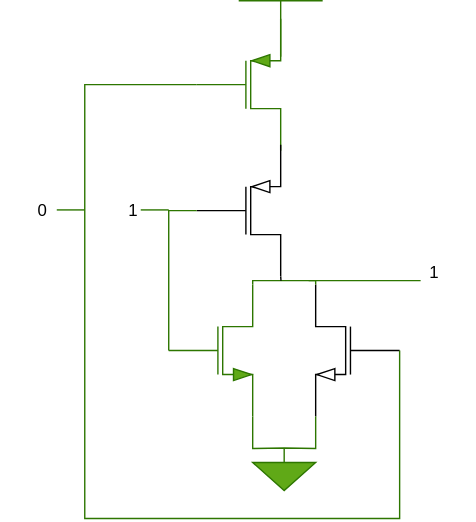
Above: drawio/20_nor_one.drawio.svg in cd-public/hw_asm (draw.io), before the change. Source tidied: cells renumbered, new cells last; positions are measured from the earlier drawing's top-left corner, leaving out a move shared by most shapes. Source of this version:
```xml
<mxGraphModel>
  <root>
    <mxCell id="0" />
    <mxCell id="1" parent="0" />
    <mxCell id="2" style="verticalLabelPosition=bottom;shadow=0;dashed=0;align=center;html=1;verticalAlign=top;shape=mxgraph.electrical.transistors.nmos;labelPerimeter=1;flipH=1;legacyAnchorPoints=0;" parent="1" vertex="1">
      <mxGeometry x="225" y="200" width="60" height="100" as="geometry" />
    </mxCell>
    <mxCell id="3" style="verticalLabelPosition=bottom;shadow=0;dashed=0;align=center;html=1;verticalAlign=top;shape=mxgraph.electrical.transistors.nmos;labelPerimeter=1;fillColor=#60a917;fontColor=#ffffff;strokeColor=#2D7600;" parent="1" vertex="1">
      <mxGeometry x="120" y="200" width="60" height="100" as="geometry" />
    </mxCell>
    <mxCell id="4" style="verticalLabelPosition=bottom;shadow=0;dashed=0;align=center;html=1;verticalAlign=top;shape=mxgraph.electrical.signal_sources.signal_ground;labelPerimeter=1;fillColor=#60a917;fontColor=#ffffff;strokeColor=#2D7600;" parent="1" vertex="1">
      <mxGeometry x="180" y="320" width="45" height="30" as="geometry" />
    </mxCell>
    <mxCell id="5" style="endArrow=none;html=1;rounded=0;defaultLabelBackgroundColor=page;entryX=1;entryY=1;entryDx=0;entryDy=0;entryPerimeter=0;exitX=1;exitY=1;exitDx=0;exitDy=0;exitPerimeter=0;fillColor=#60a917;strokeColor=#2D7600;" parent="1" edge="1" source="2" target="3">
      <mxGeometry relative="1" as="geometry">
        <Array as="points">
          <mxPoint x="225" y="320" />
          <mxPoint x="202.5" y="319.6" />
          <mxPoint x="180" y="320" />
        </Array>
      </mxGeometry>
    </mxCell>
    <mxCell id="6" style="endArrow=none;html=1;rounded=0;defaultLabelBackgroundColor=page;exitX=1;exitY=0;exitDx=0;exitDy=0;exitPerimeter=0;entryX=1;entryY=0;entryDx=0;entryDy=0;entryPerimeter=0;fillColor=#60a917;strokeColor=#2D7600;" parent="1" edge="1" source="3" target="2">
      <mxGeometry relative="1" as="geometry">
        <Array as="points">
          <mxPoint x="180" y="200" />
          <mxPoint x="225" y="200" />
        </Array>
      </mxGeometry>
    </mxCell>
    <mxCell id="7" style="verticalLabelPosition=bottom;shadow=0;dashed=0;align=center;html=1;verticalAlign=top;shape=mxgraph.electrical.transistors.pmos;labelPerimeter=1;fillColor=#60a917;fontColor=#ffffff;strokeColor=#2D7600;" parent="1" vertex="1">
      <mxGeometry x="140" y="10" width="60" height="100" as="geometry" />
    </mxCell>
    <mxCell id="8" style="verticalLabelPosition=bottom;shadow=0;dashed=0;align=center;html=1;verticalAlign=top;shape=mxgraph.electrical.transistors.pmos;labelPerimeter=1;" parent="1" vertex="1">
      <mxGeometry x="140" y="100" width="60" height="100" as="geometry" />
    </mxCell>
    <mxCell id="9" style="verticalLabelPosition=top;verticalAlign=bottom;shape=mxgraph.electrical.signal_sources.vdd;shadow=0;dashed=0;align=center;strokeWidth=1;fontSize=24;html=1;flipV=1;labelPerimeter=1;legacyAnchorPoints=0;fillColor=#60a917;fontColor=#ffffff;strokeColor=#2D7600;" parent="1" vertex="1">
      <mxGeometry x="170" width="60" height="40" as="geometry" />
    </mxCell>
    <mxCell id="10" value="0" style="text;html=1;whiteSpace=wrap;strokeColor=none;fillColor=none;align=center;verticalAlign=middle;rounded=0;" parent="1" vertex="1">
      <mxGeometry y="135" width="60" height="30" as="geometry" />
    </mxCell>
    <mxCell id="11" style="endArrow=none;html=1;rounded=0;defaultLabelBackgroundColor=page;entryX=1;entryY=1;entryDx=0;entryDy=0;entryPerimeter=0;exitX=1.004;exitY=1.032;exitDx=0;exitDy=0;exitPerimeter=0;" parent="1" edge="1" source="8" target="8">
      <mxGeometry relative="1" as="geometry" />
    </mxCell>
    <mxCell id="12" style="endArrow=none;html=1;rounded=0;defaultLabelBackgroundColor=page;entryX=0;entryY=1;entryDx=0;entryDy=0;fillColor=#60a917;strokeColor=#2D7600;" parent="1" edge="1">
      <mxGeometry relative="1" as="geometry">
        <mxPoint x="220" y="200" as="sourcePoint" />
        <mxPoint x="300" y="200" as="targetPoint" />
      </mxGeometry>
    </mxCell>
    <mxCell id="13" value="1" style="text;html=1;whiteSpace=wrap;strokeColor=none;fillColor=none;align=center;verticalAlign=middle;rounded=0;" parent="1" vertex="1">
      <mxGeometry x="280" y="180" width="60" height="30" as="geometry" />
    </mxCell>
    <mxCell id="14" style="endArrow=none;html=1;rounded=0;defaultLabelBackgroundColor=page;entryX=0;entryY=0.5;entryDx=0;entryDy=0;entryPerimeter=0;exitX=0;exitY=0.5;exitDx=0;exitDy=0;exitPerimeter=0;fillColor=#60a917;strokeColor=#2D7600;" parent="1" edge="1" source="3" target="8">
      <mxGeometry relative="1" as="geometry">
        <Array as="points">
          <mxPoint x="120" y="150" />
        </Array>
      </mxGeometry>
    </mxCell>
    <mxCell id="15" style="endArrow=none;html=1;rounded=0;defaultLabelBackgroundColor=page;fillColor=#60a917;strokeColor=#2D7600;" parent="1" edge="1">
      <mxGeometry relative="1" as="geometry">
        <mxPoint x="100" y="149.5" as="sourcePoint" />
        <mxPoint x="120" y="149.5" as="targetPoint" />
      </mxGeometry>
    </mxCell>
    <mxCell id="16" value="1" style="text;html=1;whiteSpace=wrap;strokeColor=none;fillColor=none;align=center;verticalAlign=middle;rounded=0;" parent="1" vertex="1">
      <mxGeometry x="80" y="135" width="30" height="30" as="geometry" />
    </mxCell>
    <mxCell id="17" style="endArrow=none;html=1;rounded=0;defaultLabelBackgroundColor=page;entryX=0;entryY=0.5;entryDx=0;entryDy=0;entryPerimeter=0;exitX=0;exitY=0.5;exitDx=0;exitDy=0;exitPerimeter=0;fillColor=#60a917;strokeColor=#2D7600;" parent="1" edge="1" source="2" target="7">
      <mxGeometry x="0.14" relative="1" as="geometry">
        <Array as="points">
          <mxPoint x="285" y="370" />
          <mxPoint x="60" y="370" />
          <mxPoint x="60" y="60" />
        </Array>
      </mxGeometry>
    </mxCell>
    <mxCell id="18" style="endArrow=none;html=1;rounded=0;defaultLabelBackgroundColor=page;fillColor=#60a917;strokeColor=#2D7600;" parent="1" edge="1">
      <mxGeometry relative="1" as="geometry">
        <mxPoint x="40" y="149.5" as="sourcePoint" />
        <mxPoint x="60" y="149.5" as="targetPoint" />
      </mxGeometry>
    </mxCell>
  </root>
</mxGraphModel>
```
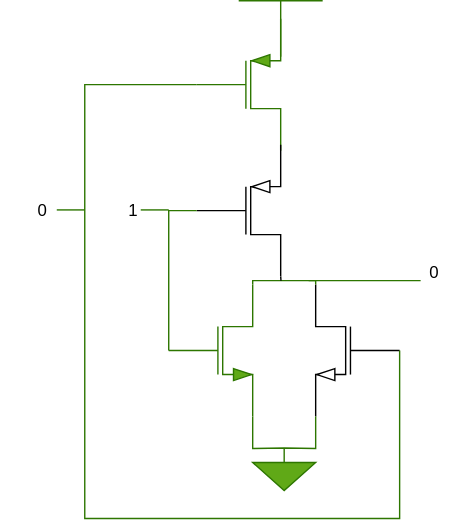
Later version of the same file.

Diff of the diagram source:
```diff
@@ -49,7 +49,7 @@
         <mxPoint x="300" y="200" as="targetPoint" />
       </mxGeometry>
     </mxCell>
-    <mxCell id="13" value="1" style="text;html=1;whiteSpace=wrap;strokeColor=none;fillColor=none;align=center;verticalAlign=middle;rounded=0;" parent="1" vertex="1">
+    <mxCell id="13" value="0" style="text;html=1;whiteSpace=wrap;strokeColor=none;fillColor=none;align=center;verticalAlign=middle;rounded=0;" parent="1" vertex="1">
       <mxGeometry x="280" y="180" width="60" height="30" as="geometry" />
     </mxCell>
     <mxCell id="14" style="endArrow=none;html=1;rounded=0;defaultLabelBackgroundColor=page;entryX=0;entryY=0.5;entryDx=0;entryDy=0;entryPerimeter=0;exitX=0;exitY=0.5;exitDx=0;exitDy=0;exitPerimeter=0;fillColor=#60a917;strokeColor=#2D7600;" parent="1" edge="1" source="3" target="8">
```
